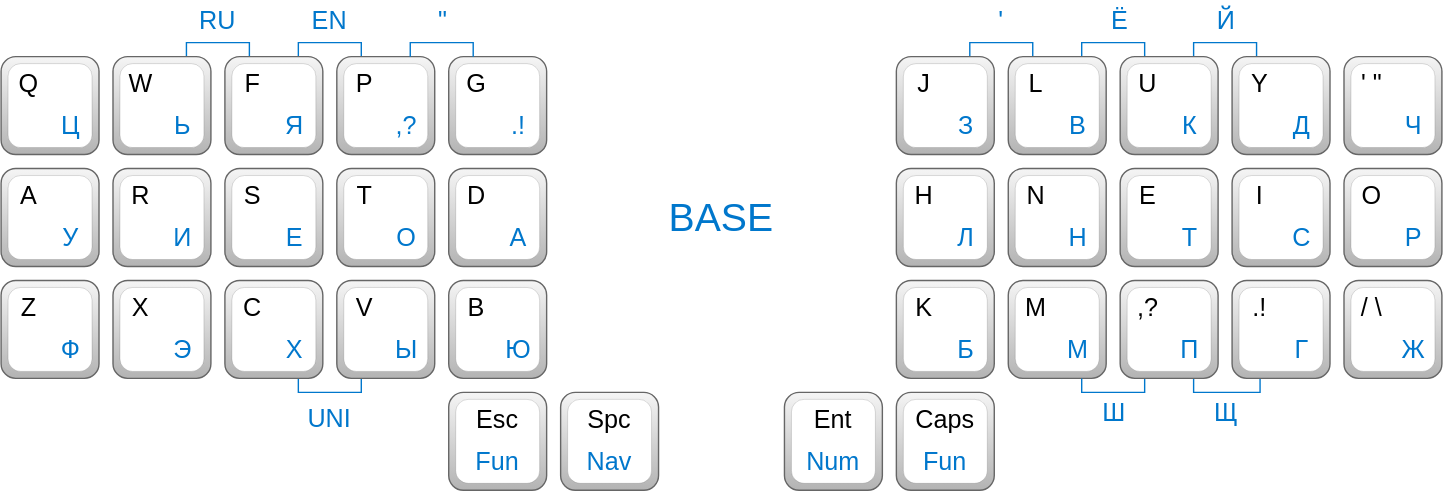
The draw.io diagram Core.drawio.svg in XelorR/Extend, before a commit. Source tidied: cells renumbered, new cells last; positions are measured from the earlier drawing's top-left corner, leaving out a move shared by most shapes.
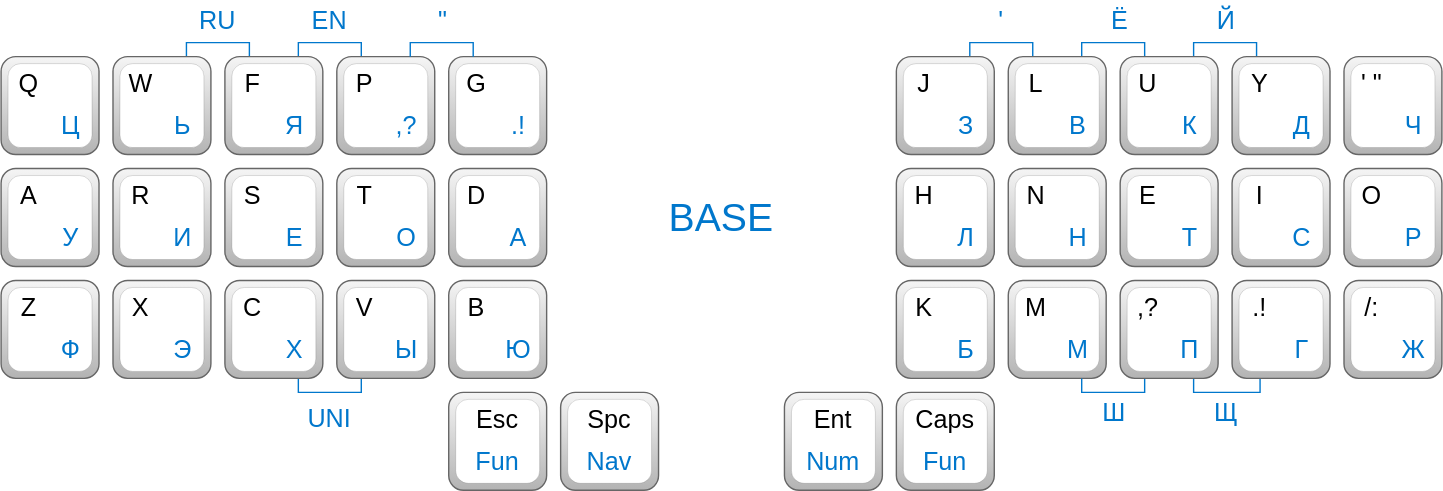
Later version of the same file.

Commit message:
: added as a shifted symbol

Diff of the diagram source:
```diff
@@ -449,7 +449,7 @@
     <mxCell id="135" value="Г" style="text;html=1;align=center;verticalAlign=middle;whiteSpace=wrap;rounded=0;fontSize=18;fontColor=light-dark(#0077CC,#0077CC);fontStyle=0;" parent="1" vertex="1">
       <mxGeometry x="915" y="235" width="30" height="30" as="geometry" />
     </mxCell>
-    <mxCell id="136" value="/ \" style="text;html=1;align=center;verticalAlign=middle;whiteSpace=wrap;rounded=0;fontSize=18;fontColor=default;fontStyle=0;" parent="1" vertex="1">
+    <mxCell id="136" value="/:" style="text;html=1;align=center;verticalAlign=middle;whiteSpace=wrap;rounded=0;fontSize=18;fontColor=default;fontStyle=0;" parent="1" vertex="1">
       <mxGeometry x="965" y="205" width="30" height="30" as="geometry" />
     </mxCell>
     <mxCell id="137" value="Ж" style="text;html=1;align=center;verticalAlign=middle;whiteSpace=wrap;rounded=0;fontSize=18;fontColor=light-dark(#0077CC,#0077CC);fontStyle=0;" parent="1" vertex="1">
```
